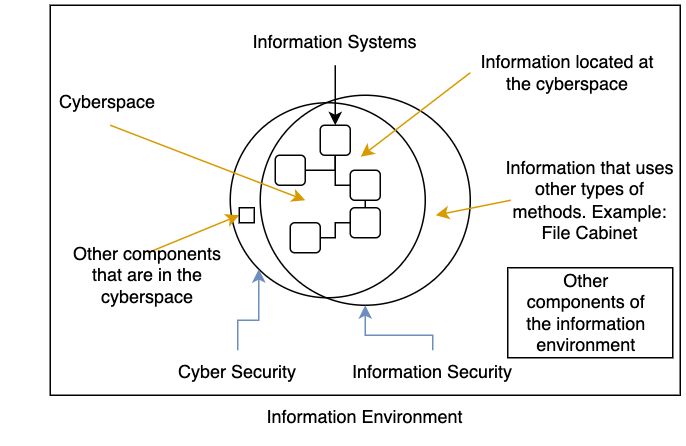
Above: images/cyber-security-and-information-security.png in sud0x0/SUD0x0 (draw.io), before the change. Source tidied: cells renumbered, new cells last; positions are measured from the earlier drawing's top-left corner, leaving out a move shared by most shapes.
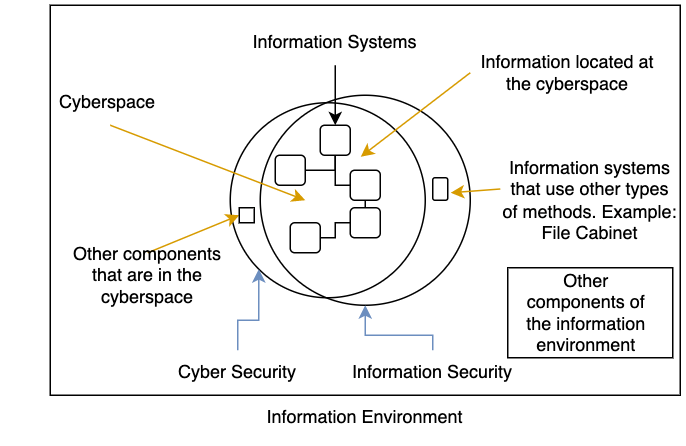
The same diagram one commit later.

Commit message:
First blog post edit 16

What changed in the source:
```diff
@@ -34,15 +34,14 @@
     <mxCell id="10" value="Information Systems" style="text;html=1;strokeColor=none;fillColor=none;align=center;verticalAlign=middle;whiteSpace=wrap;rounded=0;" parent="1" vertex="1">
       <mxGeometry x="140" y="10" width="160" height="30" as="geometry" />
     </mxCell>
-    <mxCell id="11" value="Information that uses other types of methods. Example: File Cabinet" style="text;html=1;strokeColor=none;fillColor=none;align=center;verticalAlign=middle;whiteSpace=wrap;rounded=0;" parent="1" vertex="1">
+    <mxCell id="11" value="Information systems that use other types of methods. Example: File Cabinet" style="text;html=1;strokeColor=none;fillColor=none;align=center;verticalAlign=middle;whiteSpace=wrap;rounded=0;" parent="1" vertex="1">
       <mxGeometry x="330" y="115" width="120" height="30" as="geometry" />
     </mxCell>
-    <mxCell id="12" style="endArrow=classic;html=1;rounded=0;exitX=0;exitY=0.5;exitDx=0;exitDy=0;fillColor=#ffe6cc;strokeColor=#d79b00;" parent="1" edge="1">
+    <mxCell id="12" style="endArrow=classic;html=1;rounded=0;exitX=0;exitY=0.25;exitDx=0;exitDy=0;fillColor=#ffe6cc;strokeColor=#d79b00;" parent="1" edge="1" source="11">
       <mxGeometry relative="1" as="geometry">
-        <mxPoint x="337" y="130" as="sourcePoint" />
-        <mxPoint x="287" y="140" as="targetPoint" />
+        <mxPoint x="297" y="125" as="targetPoint" />
         <Array as="points">
-          <mxPoint x="287" y="140" />
+          <mxPoint x="297" y="125" />
         </Array>
       </mxGeometry>
     </mxCell>
@@ -115,5 +114,8 @@
     <mxCell id="31" style="rounded=0;whiteSpace=wrap;html=1;fillColor=none;" parent="1" vertex="1">
       <mxGeometry x="335" y="175" width="110" height="60" as="geometry" />
     </mxCell>
+    <mxCell id="32" style="rounded=1;whiteSpace=wrap;html=1;fillColor=none;" parent="1" vertex="1">
+      <mxGeometry x="285" y="115" width="10" height="15" as="geometry" />
+    </mxCell>
   </root>
 </mxGraphModel>
```
